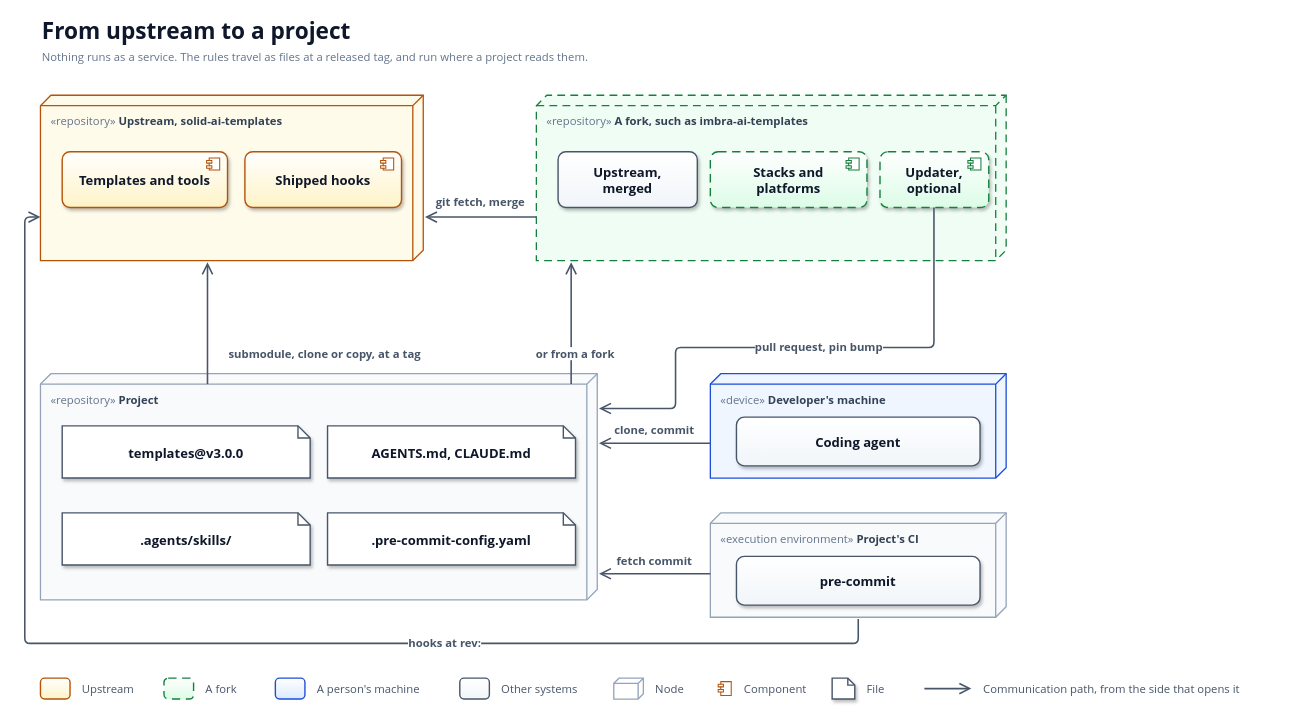
solid-ai-dev/solid-ai-templates keeps this draw.io diagram as docs/diagrams/deployment-distribution.drawio. Above is the earlier version. Source tidied: cells renumbered, new cells numbered last; positions are measured from the earlier drawing's top-left corner, leaving out a move shared by most shapes. Both pictures are drawn from the tidied source at 87%, with x=0, y=0 at pixel (24, 15).
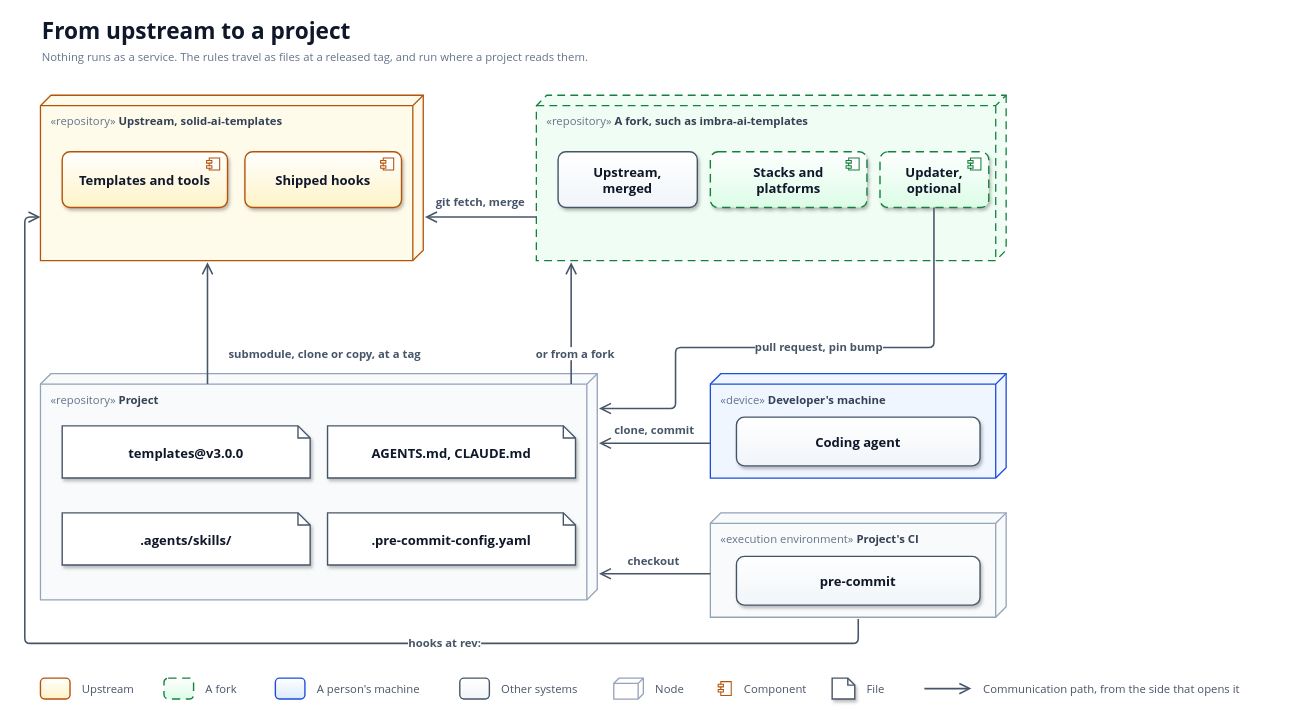
The same diagram, later.

Commit message (it also covers changes not shown here):
docs(architecture): label the CI path checkout in chapter 7's diagram (#2410)

Claude-Session: https://claude.ai/code/session_01DpT5xSVK2FLNdArtRtNjLH

The edit, as a diff of the source:
```diff
@@
-    <mxCell id="35" value="fetch commit" style="text;html=1;whiteSpace=wrap;strokeColor=none;fillColor=none;align=left;verticalAlign=middle;fontFamily=Segoe UI;fontSize=13;fontStyle=1;fontColor=#475569;align=center;labelBackgroundColor=#FFFFFF;" parent="1" vertex="1">
-      <mxGeometry x="668" y="616" width="112" height="22" as="geometry" />
+    <mxCell id="35" value="checkout" style="text;html=1;whiteSpace=wrap;strokeColor=none;fillColor=none;align=left;verticalAlign=middle;fontFamily=Segoe UI;fontSize=13;fontStyle=1;fontColor=#475569;align=center;labelBackgroundColor=#FFFFFF;" parent="1" vertex="1">
+      <mxGeometry x="678" y="616" width="90" height="22" as="geometry" />
     </mxCell>
```
